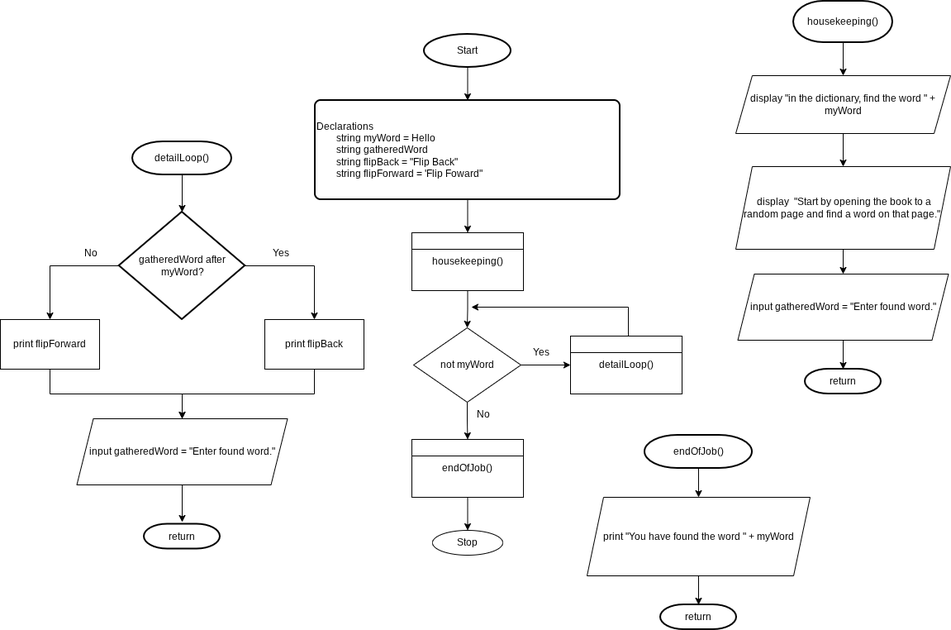
This is Module 4 - Exercise 2 Flowcharting - Isaac Stewart.drawio.png from istewart23/Computing-Logic, a draw.io export, as it was before one commit. Source tidied: cells renumbered, new cells last; positions are measured from the earlier drawing's top-left corner, leaving out a move shared by most shapes.
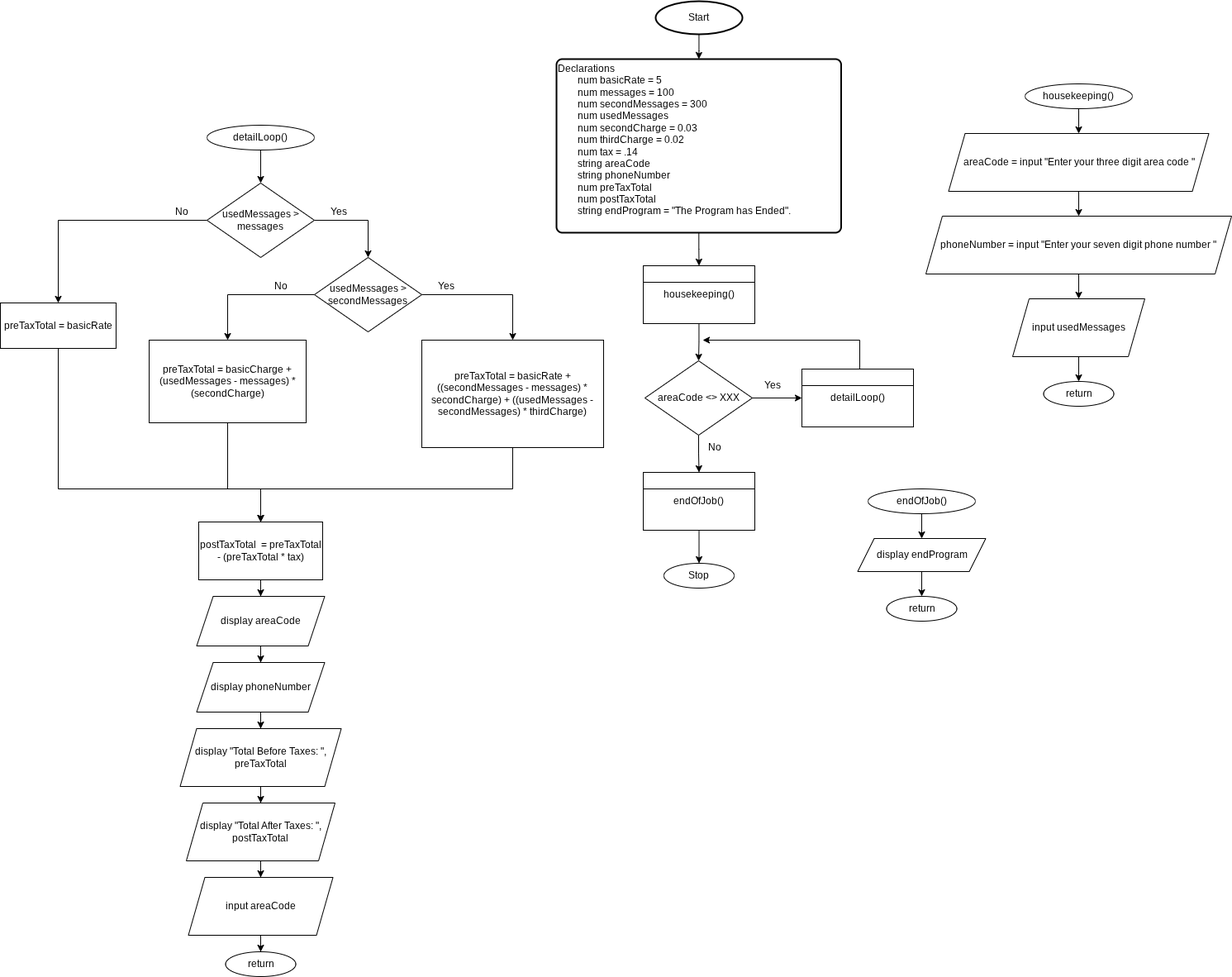
The same diagram one commit later.

Commit message:
Module 6 - Exercise 1 Flowcharting - Isaac Stewart

Change to the diagram source:
```diff
@@ -8,3 +8,3 @@
     <mxCell id="3" value="Start" style="strokeWidth=2;html=1;shape=mxgraph.flowchart.start_1;whiteSpace=wrap;" parent="1" vertex="1">
-      <mxGeometry x="513" y="40" width="105" height="40" as="geometry" />
+      <mxGeometry x="513" y="-40" width="105" height="40" as="geometry" />
     </mxCell>
@@ -13,4 +13,4 @@
     </mxCell>
-    <mxCell id="5" value="Declarations&lt;div&gt;&lt;span style=&quot;white-space: pre;&quot;&gt;&#9;&lt;/span&gt;string myWord = Hello&lt;/div&gt;&lt;div&gt;&lt;span style=&quot;white-space: pre;&quot;&gt;&#9;&lt;/span&gt;string gatheredWord&lt;br&gt;&lt;/div&gt;&lt;div&gt;&lt;span style=&quot;white-space: pre;&quot;&gt;&#9;&lt;/span&gt;string flipBack = &quot;Flip Back&quot;&lt;br&gt;&lt;/div&gt;&lt;div&gt;&lt;span style=&quot;white-space: pre;&quot;&gt;&#9;&lt;/span&gt;string flipForward = 'Flip Foward&quot;&lt;br&gt;&lt;/div&gt;" style="rounded=1;whiteSpace=wrap;html=1;absoluteArcSize=1;arcSize=14;strokeWidth=2;align=left;" parent="1" vertex="1">
-      <mxGeometry x="381" y="120" width="369" height="120" as="geometry" />
+    <mxCell id="5" value="Declarations&lt;div&gt;&lt;span style=&quot;white-space: pre;&quot;&gt;&#9;&lt;/span&gt;num basicRate = 5&lt;/div&gt;&lt;div&gt;&lt;span style=&quot;white-space: pre;&quot;&gt;&#9;&lt;/span&gt;num messages = 100&lt;/div&gt;&lt;div&gt;&lt;span style=&quot;white-space: pre;&quot;&gt;&#9;&lt;/span&gt;num secondMessages = 300&lt;br&gt;&lt;/div&gt;&lt;div&gt;&lt;span style=&quot;white-space: pre;&quot;&gt;&#9;&lt;/span&gt;num usedMessages&lt;/div&gt;&lt;div&gt;&lt;span style=&quot;white-space: pre;&quot;&gt;&#9;&lt;/span&gt;num secondCharge = 0.03&lt;/div&gt;&lt;div&gt;&lt;span style=&quot;white-space: pre;&quot;&gt;&#9;&lt;/span&gt;num thirdCharge = 0.02&lt;/div&gt;&lt;div&gt;&lt;span style=&quot;white-space: pre;&quot;&gt;&#9;&lt;/span&gt;num tax = .14&lt;/div&gt;&lt;div&gt;&lt;span style=&quot;white-space: pre;&quot;&gt;&#9;&lt;/span&gt;string areaCode&lt;/div&gt;&lt;div&gt;&lt;span style=&quot;white-space: pre;&quot;&gt;&#9;&lt;/span&gt;string phoneNumber&lt;/div&gt;&lt;div&gt;&lt;span style=&quot;white-space: pre;&quot;&gt;&#9;&lt;/span&gt;num preTaxTotal&lt;/div&gt;&lt;div&gt;&lt;span style=&quot;white-space: pre;&quot;&gt;&#9;&lt;/span&gt;num postTaxTotal&lt;/div&gt;&lt;div&gt;&lt;span style=&quot;white-space: pre;&quot;&gt;&#9;&lt;/span&gt;string endProgram = &quot;The Program has Ended&quot;.&lt;br&gt;&lt;div&gt;&lt;span style=&quot;white-space: pre;&quot;&gt;&#9;&lt;/span&gt;&lt;/div&gt;&lt;/div&gt;" style="rounded=1;whiteSpace=wrap;html=1;absoluteArcSize=1;arcSize=14;strokeWidth=2;align=left;" parent="1" vertex="1">
+      <mxGeometry x="393" y="30" width="344.5" height="210" as="geometry" />
     </mxCell>
@@ -25,3 +25,3 @@
     </mxCell>
-    <mxCell id="9" value="not myWord" style="rhombus;whiteSpace=wrap;html=1;" parent="1" vertex="1">
+    <mxCell id="9" value="areaCode &amp;lt;&amp;gt; XXX" style="rhombus;whiteSpace=wrap;html=1;" parent="1" vertex="1">
       <mxGeometry x="500" y="395" width="130" height="90" as="geometry" />
@@ -57,88 +57,152 @@
     </mxCell>
-    <mxCell id="18" style="edgeStyle=orthogonalEdgeStyle;rounded=0;jettySize=auto;html=1;entryX=0.5;entryY=0;entryDx=0;entryDy=0;" parent="1" edge="1" source="19" target="39">
-      <mxGeometry relative="1" as="geometry" />
-    </mxCell>
+    <mxCell id="46" style="edgeStyle=orthogonalEdgeStyle;rounded=0;jettySize=auto;html=1;entryX=0.5;entryY=0;entryDx=0;entryDy=0;" parent="1" edge="1" source="19" target="48">
+      <mxGeometry relative="1" as="geometry" />
+    </mxCell>
-    <mxCell id="19" value="housekeeping()" style="strokeWidth=2;html=1;shape=mxgraph.flowchart.terminator;whiteSpace=wrap;" parent="1" vertex="1">
-      <mxGeometry x="960" width="120" height="50" as="geometry" />
+    <mxCell id="19" value="housekeeping()" style="ellipse;whiteSpace=wrap;html=1;" parent="1" vertex="1">
+      <mxGeometry x="960" y="60" width="130" height="30" as="geometry" />
     </mxCell>
+    <mxCell id="47" style="edgeStyle=orthogonalEdgeStyle;rounded=0;jettySize=auto;html=1;entryX=0.5;entryY=0;entryDx=0;entryDy=0;" parent="1" edge="1" source="48" target="50">
+      <mxGeometry relative="1" as="geometry" />
+    </mxCell>
+    <mxCell id="48" value="areaCode = input &quot;Enter your three digit area code &quot;" style="shape=parallelogram;perimeter=parallelogramPerimeter;whiteSpace=wrap;html=1;fixedSize=1;" parent="1" vertex="1">
+      <mxGeometry x="867.5" y="120" width="315" height="70" as="geometry" />
+    </mxCell>
+    <mxCell id="49" style="edgeStyle=orthogonalEdgeStyle;rounded=0;jettySize=auto;html=1;" parent="1" edge="1" source="50" target="52">
+      <mxGeometry relative="1" as="geometry" />
+    </mxCell>
+    <mxCell id="50" value="phoneNumber = input &quot;Enter your seven digit phone number &quot;" style="shape=parallelogram;perimeter=parallelogramPerimeter;whiteSpace=wrap;html=1;fixedSize=1;" parent="1" vertex="1">
+      <mxGeometry x="840" y="220" width="370" height="70" as="geometry" />
+    </mxCell>
+    <mxCell id="51" style="edgeStyle=orthogonalEdgeStyle;rounded=0;jettySize=auto;html=1;entryX=0.5;entryY=0;entryDx=0;entryDy=0;" parent="1" edge="1" source="52" target="67">
+      <mxGeometry relative="1" as="geometry" />
+    </mxCell>
+    <mxCell id="52" value="input usedMessages" style="shape=parallelogram;perimeter=parallelogramPerimeter;whiteSpace=wrap;html=1;fixedSize=1;" parent="1" vertex="1">
+      <mxGeometry x="945" y="320" width="160" height="70" as="geometry" />
+    </mxCell>
+    <mxCell id="53" style="edgeStyle=orthogonalEdgeStyle;rounded=0;jettySize=auto;html=1;" parent="1" edge="1" source="20" target="56">
+      <mxGeometry relative="1" as="geometry" />
+    </mxCell>
-    <mxCell id="20" value="detailLoop()" style="strokeWidth=2;html=1;shape=mxgraph.flowchart.terminator;whiteSpace=wrap;" parent="1" vertex="1">
-      <mxGeometry x="160" y="170" width="120" height="40" as="geometry" />
+    <mxCell id="20" value="detailLoop()" style="ellipse;whiteSpace=wrap;html=1;" parent="1" vertex="1">
+      <mxGeometry x="-30" y="110" width="130" height="30" as="geometry" />
     </mxCell>
-    <mxCell id="21" value="return" style="strokeWidth=2;html=1;shape=mxgraph.flowchart.terminator;whiteSpace=wrap;" parent="1" vertex="1">
-      <mxGeometry x="974" y="445" width="92" height="30" as="geometry" />
-    </mxCell>
-    <mxCell id="22" style="edgeStyle=orthogonalEdgeStyle;rounded=0;jettySize=auto;html=1;entryX=0.5;entryY=0;entryDx=0;entryDy=0;" parent="1" edge="1" source="24" target="27">
-      <mxGeometry relative="1" as="geometry" />
-    </mxCell>
-    <mxCell id="23" style="edgeStyle=orthogonalEdgeStyle;rounded=0;jettySize=auto;html=1;entryX=0.5;entryY=0;entryDx=0;entryDy=0;" parent="1" edge="1" source="24" target="28">
-      <mxGeometry relative="1" as="geometry" />
-    </mxCell>
-    <mxCell id="24" value="gatheredWord after myWord?" style="strokeWidth=2;html=1;shape=mxgraph.flowchart.decision;whiteSpace=wrap;" parent="1" vertex="1">
-      <mxGeometry x="143.8" y="255" width="152.5" height="130" as="geometry" />
-    </mxCell>
-    <mxCell id="25" style="edgeStyle=orthogonalEdgeStyle;rounded=0;jettySize=auto;html=1;entryX=0.5;entryY=0;entryDx=0;entryDy=0;entryPerimeter=0;" parent="1" edge="1" source="20" target="24">
-      <mxGeometry relative="1" as="geometry" />
-    </mxCell>
-    <mxCell id="26" style="edgeStyle=orthogonalEdgeStyle;rounded=0;jettySize=auto;html=1;entryX=0.5;entryY=0;entryDx=0;entryDy=0;" parent="1" edge="1" source="27" target="45">
-      <mxGeometry relative="1" as="geometry" />
-    </mxCell>
-    <mxCell id="27" value="print flipForward" style="rounded=0;whiteSpace=wrap;html=1;" parent="1" vertex="1">
-      <mxGeometry y="385" width="120" height="60" as="geometry" />
-    </mxCell>
-    <mxCell id="28" value="print flipBack" style="rounded=0;whiteSpace=wrap;html=1;" parent="1" vertex="1">
-      <mxGeometry x="320" y="385" width="120" height="60" as="geometry" />
-    </mxCell>
-    <mxCell id="29" value="Yes" style="text;html=1;whiteSpace=wrap;strokeColor=none;fillColor=none;align=center;verticalAlign=middle;rounded=0;" parent="1" vertex="1">
-      <mxGeometry x="310" y="290" width="60" height="30" as="geometry" />
-    </mxCell>
-    <mxCell id="30" value="No" style="text;html=1;whiteSpace=wrap;strokeColor=none;fillColor=none;align=center;verticalAlign=middle;rounded=0;" parent="1" vertex="1">
-      <mxGeometry x="80" y="290" width="60" height="30" as="geometry" />
-    </mxCell>
-    <mxCell id="31" style="edgeStyle=orthogonalEdgeStyle;rounded=0;jettySize=auto;html=1;entryX=0.5;entryY=0;entryDx=0;entryDy=0;" parent="1" edge="1" source="28" target="45">
-      <mxGeometry relative="1" as="geometry" />
-    </mxCell>
-    <mxCell id="32" value="return" style="strokeWidth=2;html=1;shape=mxgraph.flowchart.terminator;whiteSpace=wrap;" parent="1" vertex="1">
-      <mxGeometry x="174" y="632.5" width="92" height="30" as="geometry" />
-    </mxCell>
-    <mxCell id="33" style="edgeStyle=orthogonalEdgeStyle;rounded=0;jettySize=auto;html=1;entryX=0.5;entryY=0;entryDx=0;entryDy=0;" parent="1" edge="1" source="34" target="35">
-      <mxGeometry relative="1" as="geometry" />
-    </mxCell>
+    <mxCell id="54" style="edgeStyle=orthogonalEdgeStyle;rounded=0;jettySize=auto;html=1;entryX=0.5;entryY=0;entryDx=0;entryDy=0;exitX=1;exitY=0.5;exitDx=0;exitDy=0;" parent="1" edge="1" source="56" target="59">
+      <mxGeometry relative="1" as="geometry" />
+    </mxCell>
+    <mxCell id="55" style="edgeStyle=orthogonalEdgeStyle;rounded=0;jettySize=auto;html=1;entryX=0.5;entryY=0;entryDx=0;entryDy=0;exitX=0;exitY=0.5;exitDx=0;exitDy=0;" parent="1" edge="1" source="56" target="61">
+      <mxGeometry relative="1" as="geometry" />
+    </mxCell>
+    <mxCell id="56" value="usedMessages &amp;gt; messages" style="rhombus;whiteSpace=wrap;html=1;" parent="1" vertex="1">
+      <mxGeometry x="-30" y="180" width="130" height="90" as="geometry" />
+    </mxCell>
+    <mxCell id="57" style="edgeStyle=orthogonalEdgeStyle;rounded=0;jettySize=auto;html=1;entryX=0.5;entryY=0;entryDx=0;entryDy=0;" parent="1" edge="1" source="59" target="65">
+      <mxGeometry relative="1" as="geometry" />
+    </mxCell>
+    <mxCell id="58" style="edgeStyle=orthogonalEdgeStyle;rounded=0;jettySize=auto;html=1;entryX=0.5;entryY=0;entryDx=0;entryDy=0;exitX=1;exitY=0.5;exitDx=0;exitDy=0;" parent="1" edge="1" source="59" target="69">
+      <mxGeometry relative="1" as="geometry" />
+    </mxCell>
+    <mxCell id="59" value="usedMessages &amp;gt; secondMessages" style="rhombus;whiteSpace=wrap;html=1;" parent="1" vertex="1">
+      <mxGeometry x="100" y="270" width="130" height="90" as="geometry" />
+    </mxCell>
+    <mxCell id="60" style="edgeStyle=orthogonalEdgeStyle;rounded=0;jettySize=auto;html=1;entryX=0.5;entryY=0;entryDx=0;entryDy=0;" parent="1" edge="1" source="61" target="72">
+      <mxGeometry relative="1" as="geometry">
+        <Array as="points">
+          <mxPoint x="-210" y="550" />
+          <mxPoint x="35" y="550" />
+        </Array>
+      </mxGeometry>
+    </mxCell>
+    <mxCell id="61" value="preTaxTotal = basicRate" style="rounded=0;whiteSpace=wrap;html=1;" parent="1" vertex="1">
+      <mxGeometry x="-280" y="325" width="140" height="55" as="geometry" />
+    </mxCell>
+    <mxCell id="62" value="Yes" style="text;html=1;whiteSpace=wrap;strokeColor=none;fillColor=none;align=center;verticalAlign=middle;rounded=0;" parent="1" vertex="1">
+      <mxGeometry x="100" y="200" width="60" height="30" as="geometry" />
+    </mxCell>
+    <mxCell id="63" value="No" style="text;html=1;whiteSpace=wrap;strokeColor=none;fillColor=none;align=center;verticalAlign=middle;rounded=0;" parent="1" vertex="1">
+      <mxGeometry x="-90" y="200" width="60" height="30" as="geometry" />
+    </mxCell>
+    <mxCell id="64" style="edgeStyle=orthogonalEdgeStyle;rounded=0;jettySize=auto;html=1;entryX=0.5;entryY=0;entryDx=0;entryDy=0;" parent="1" edge="1" source="65" target="72">
+      <mxGeometry relative="1" as="geometry">
+        <Array as="points">
+          <mxPoint x="-5" y="550" />
+          <mxPoint x="35" y="550" />
+        </Array>
+      </mxGeometry>
+    </mxCell>
+    <mxCell id="65" value="preTaxTotal = basicCharge + (usedMessages - messages) * (secondCharge)" style="rounded=0;whiteSpace=wrap;html=1;" parent="1" vertex="1">
+      <mxGeometry x="-100" y="370" width="190" height="100" as="geometry" />
+    </mxCell>
+    <mxCell id="66" value="No" style="text;html=1;whiteSpace=wrap;strokeColor=none;fillColor=none;align=center;verticalAlign=middle;rounded=0;" parent="1" vertex="1">
+      <mxGeometry x="30" y="290" width="60" height="30" as="geometry" />
+    </mxCell>
+    <mxCell id="67" value="return" style="ellipse;whiteSpace=wrap;html=1;" parent="1" vertex="1">
+      <mxGeometry x="982.5" y="420" width="85" height="30" as="geometry" />
+    </mxCell>
+    <mxCell id="68" style="edgeStyle=orthogonalEdgeStyle;rounded=0;jettySize=auto;html=1;entryX=0.5;entryY=0;entryDx=0;entryDy=0;" parent="1" edge="1" source="69" target="72">
+      <mxGeometry relative="1" as="geometry">
+        <Array as="points">
+          <mxPoint x="340" y="550" />
+          <mxPoint x="35" y="550" />
+        </Array>
+      </mxGeometry>
+    </mxCell>
+    <mxCell id="69" value="preTaxTotal = basicRate + ((secondMessages - messages) * secondCharge) + ((usedMessages - secondMessages) * thirdCharge)" style="rounded=0;whiteSpace=wrap;html=1;" parent="1" vertex="1">
+      <mxGeometry x="230" y="370" width="220" height="130" as="geometry" />
+    </mxCell>
+    <mxCell id="70" value="Yes" style="text;html=1;whiteSpace=wrap;strokeColor=none;fillColor=none;align=center;verticalAlign=middle;rounded=0;" parent="1" vertex="1">
+      <mxGeometry x="230" y="290" width="60" height="30" as="geometry" />
+    </mxCell>
+    <mxCell id="71" style="edgeStyle=orthogonalEdgeStyle;rounded=0;jettySize=auto;html=1;entryX=0.5;entryY=0;entryDx=0;entryDy=0;" parent="1" edge="1" source="72" target="74">
+      <mxGeometry relative="1" as="geometry" />
+    </mxCell>
+    <mxCell id="72" value="postTaxTotal&amp;nbsp; = preTaxTotal - (preTaxTotal * tax)" style="rounded=0;whiteSpace=wrap;html=1;" parent="1" vertex="1">
+      <mxGeometry x="-40" y="590" width="150" height="70" as="geometry" />
+    </mxCell>
+    <mxCell id="73" style="edgeStyle=orthogonalEdgeStyle;rounded=0;jettySize=auto;html=1;entryX=0.5;entryY=0;entryDx=0;entryDy=0;" parent="1" edge="1" source="74" target="76">
+      <mxGeometry relative="1" as="geometry" />
+    </mxCell>
+    <mxCell id="74" value="display areaCode" style="shape=parallelogram;perimeter=parallelogramPerimeter;whiteSpace=wrap;html=1;fixedSize=1;" parent="1" vertex="1">
+      <mxGeometry x="-42.5" y="680" width="155" height="60" as="geometry" />
+    </mxCell>
+    <mxCell id="75" style="edgeStyle=orthogonalEdgeStyle;rounded=0;jettySize=auto;html=1;entryX=0.5;entryY=0;entryDx=0;entryDy=0;" parent="1" edge="1" source="76" target="78">
+      <mxGeometry relative="1" as="geometry" />
+    </mxCell>
+    <mxCell id="76" value="display phoneNumber" style="shape=parallelogram;perimeter=parallelogramPerimeter;whiteSpace=wrap;html=1;fixedSize=1;" parent="1" vertex="1">
+      <mxGeometry x="-42.5" y="760" width="155" height="60" as="geometry" />
+    </mxCell>
+    <mxCell id="77" style="edgeStyle=orthogonalEdgeStyle;rounded=0;jettySize=auto;html=1;entryX=0.5;entryY=0;entryDx=0;entryDy=0;" parent="1" edge="1" source="78" target="80">
+      <mxGeometry relative="1" as="geometry" />
+    </mxCell>
+    <mxCell id="78" value="display &quot;Total Before Taxes: &quot;, preTaxTotal" style="shape=parallelogram;perimeter=parallelogramPerimeter;whiteSpace=wrap;html=1;fixedSize=1;" parent="1" vertex="1">
+      <mxGeometry x="-62.5" y="840" width="195" height="70" as="geometry" />
+    </mxCell>
+    <mxCell id="79" style="edgeStyle=orthogonalEdgeStyle;rounded=0;jettySize=auto;html=1;entryX=0.5;entryY=0;entryDx=0;entryDy=0;" parent="1" edge="1" source="80" target="87">
+      <mxGeometry relative="1" as="geometry" />
+    </mxCell>
+    <mxCell id="80" value="display &quot;Total After Taxes: &quot;, postTaxTotal" style="shape=parallelogram;perimeter=parallelogramPerimeter;whiteSpace=wrap;html=1;fixedSize=1;" parent="1" vertex="1">
+      <mxGeometry x="-55" y="930" width="180" height="70" as="geometry" />
+    </mxCell>
+    <mxCell id="81" value="return" style="ellipse;whiteSpace=wrap;html=1;" parent="1" vertex="1">
+      <mxGeometry x="-7.5" y="1110" width="85" height="30" as="geometry" />
+    </mxCell>
+    <mxCell id="82" style="edgeStyle=orthogonalEdgeStyle;rounded=0;jettySize=auto;html=1;entryX=0.5;entryY=0;entryDx=0;entryDy=0;" parent="1" edge="1" source="34" target="84">
+      <mxGeometry relative="1" as="geometry" />
+    </mxCell>
-    <mxCell id="34" value="endOfJob()" style="strokeWidth=2;html=1;shape=mxgraph.flowchart.terminator;whiteSpace=wrap;" parent="1" vertex="1">
-      <mxGeometry x="780" y="525" width="130" height="40" as="geometry" />
+    <mxCell id="34" value="endOfJob()" style="ellipse;whiteSpace=wrap;html=1;" parent="1" vertex="1">
+      <mxGeometry x="770" y="550" width="130" height="30" as="geometry" />
     </mxCell>
-    <mxCell id="35" value="print &quot;You have found the word &quot; + myWord" style="shape=parallelogram;perimeter=parallelogramPerimeter;whiteSpace=wrap;html=1;fixedSize=1;" parent="1" vertex="1">
-      <mxGeometry x="710" y="600" width="270" height="95" as="geometry" />
-    </mxCell>
-    <mxCell id="36" value="return" style="strokeWidth=2;html=1;shape=mxgraph.flowchart.terminator;whiteSpace=wrap;" parent="1" vertex="1">
-      <mxGeometry x="799" y="730" width="92" height="30" as="geometry" />
-    </mxCell>
-    <mxCell id="37" style="edgeStyle=orthogonalEdgeStyle;rounded=0;jettySize=auto;html=1;entryX=0.5;entryY=0;entryDx=0;entryDy=0;entryPerimeter=0;" parent="1" edge="1" source="35" target="36">
-      <mxGeometry relative="1" as="geometry" />
-    </mxCell>
-    <mxCell id="38" style="edgeStyle=orthogonalEdgeStyle;rounded=0;jettySize=auto;html=1;entryX=0.5;entryY=0;entryDx=0;entryDy=0;" parent="1" edge="1" source="39" target="41">
-      <mxGeometry relative="1" as="geometry" />
-    </mxCell>
-    <mxCell id="39" value="display &quot;in the dictionary, find the word &quot; + myWord" style="shape=parallelogram;perimeter=parallelogramPerimeter;whiteSpace=wrap;html=1;fixedSize=1;" parent="1" vertex="1">
-      <mxGeometry x="890" y="90" width="260" height="70" as="geometry" />
-    </mxCell>
-    <mxCell id="40" style="edgeStyle=orthogonalEdgeStyle;rounded=0;jettySize=auto;html=1;entryX=0.5;entryY=0;entryDx=0;entryDy=0;" parent="1" edge="1" source="41" target="42">
-      <mxGeometry relative="1" as="geometry" />
-    </mxCell>
-    <mxCell id="41" value="&amp;nbsp;display&amp;nbsp; &quot;Start by opening the book to a random page and find a word on that page.&quot;&amp;nbsp;" style="shape=parallelogram;perimeter=parallelogramPerimeter;whiteSpace=wrap;html=1;fixedSize=1;" parent="1" vertex="1">
-      <mxGeometry x="890" y="200" width="260" height="100" as="geometry" />
-    </mxCell>
-    <mxCell id="42" value="input gatheredWord = &quot;Enter found word.&quot;" style="shape=parallelogram;perimeter=parallelogramPerimeter;whiteSpace=wrap;html=1;fixedSize=1;" parent="1" vertex="1">
-      <mxGeometry x="892.5" y="330" width="255" height="80" as="geometry" />
-    </mxCell>
-    <mxCell id="43" style="edgeStyle=orthogonalEdgeStyle;rounded=0;jettySize=auto;html=1;entryX=0.5;entryY=0;entryDx=0;entryDy=0;entryPerimeter=0;" parent="1" edge="1" source="42" target="21">
-      <mxGeometry relative="1" as="geometry" />
-    </mxCell>
-    <mxCell id="44" style="edgeStyle=orthogonalEdgeStyle;rounded=0;jettySize=auto;html=1;" parent="1" edge="1" source="45">
-      <mxGeometry relative="1" as="geometry">
-        <mxPoint x="220" y="630" as="targetPoint" />
-      </mxGeometry>
-    </mxCell>
-    <mxCell id="45" value="input gatheredWord = &quot;Enter found word.&quot;" style="shape=parallelogram;perimeter=parallelogramPerimeter;whiteSpace=wrap;html=1;fixedSize=1;" parent="1" vertex="1">
-      <mxGeometry x="92.5" y="505" width="255" height="80" as="geometry" />
-    </mxCell>
+    <mxCell id="83" style="edgeStyle=orthogonalEdgeStyle;rounded=0;jettySize=auto;html=1;entryX=0.5;entryY=0;entryDx=0;entryDy=0;" parent="1" edge="1" source="84" target="85">
+      <mxGeometry relative="1" as="geometry" />
+    </mxCell>
+    <mxCell id="84" value="display endProgram" style="shape=parallelogram;perimeter=parallelogramPerimeter;whiteSpace=wrap;html=1;fixedSize=1;" parent="1" vertex="1">
+      <mxGeometry x="757.5" y="610" width="155" height="40" as="geometry" />
+    </mxCell>
+    <mxCell id="85" value="return" style="ellipse;whiteSpace=wrap;html=1;" parent="1" vertex="1">
+      <mxGeometry x="792.5" y="680" width="85" height="30" as="geometry" />
+    </mxCell>
+    <mxCell id="86" style="edgeStyle=orthogonalEdgeStyle;rounded=0;jettySize=auto;html=1;entryX=0.5;entryY=0;entryDx=0;entryDy=0;" parent="1" edge="1" source="87" target="81">
+      <mxGeometry relative="1" as="geometry" />
+    </mxCell>
+    <mxCell id="87" value="input areaCode" style="shape=parallelogram;perimeter=parallelogramPerimeter;whiteSpace=wrap;html=1;fixedSize=1;" parent="1" vertex="1">
+      <mxGeometry x="-52.5" y="1020" width="175" height="70" as="geometry" />
+    </mxCell>
   </root>
```
